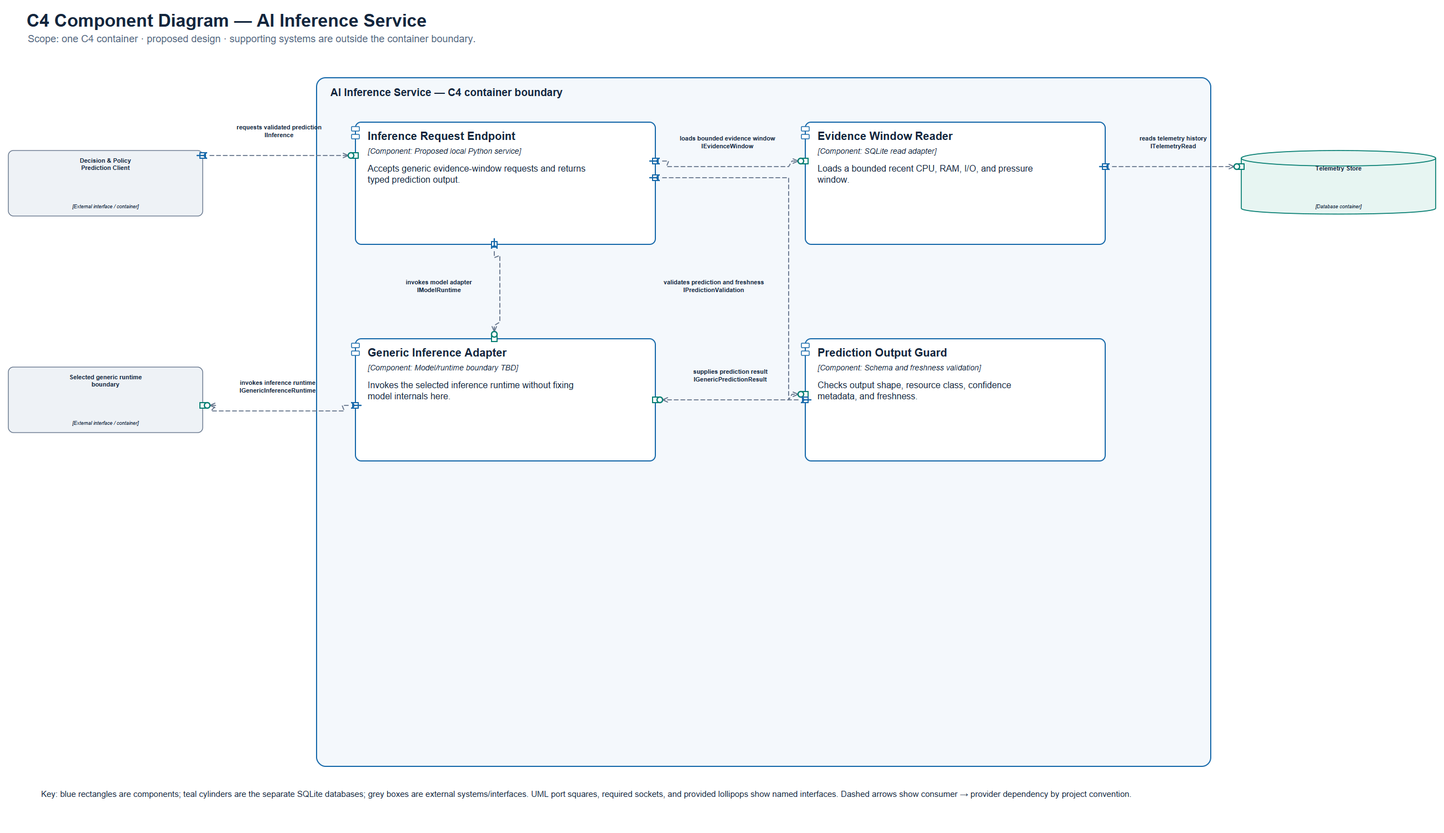
Earlier version of the PlantUML export documentation/architecture/c4/07_c4_inference_service_components.png (Ammar-M-Eid/AIOS). Its source is kept beside it as documentation/architecture/c4/07_c4_inference_service_components.puml.
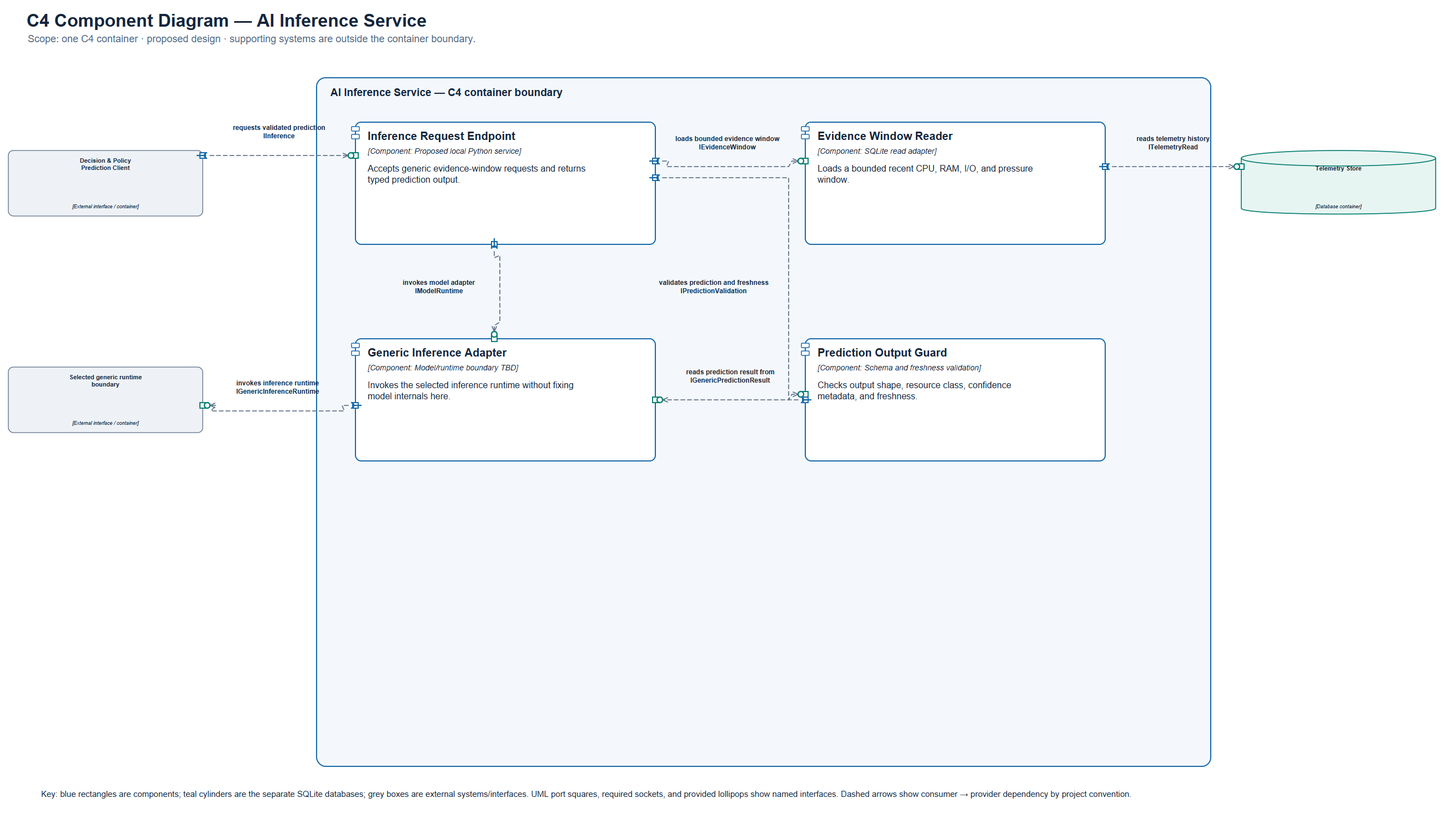
The same diagram one commit later.

Diff of the diagram source:
```diff
@@ -18,7 +18,7 @@
 Rel(C2, S2, "reads telemetry history", "ITelemetryRead", $tags="dashed")
 Rel(C1, C3, "invokes model adapter", "IModelRuntime", $tags="dashed")
 Rel(C1, C4, "validates prediction and freshness", "IPredictionValidation", $tags="dashed")
-Rel(C4, C3, "supplies prediction result", "IGenericPredictionResult", $tags="dashed")
+Rel(C4, C3, "reads prediction result from", "IGenericPredictionResult", $tags="dashed")
 Rel(C3, S3, "invokes inference runtime", "IGenericInferenceRuntime", $tags="dashed")
 note bottom
 This editable source uses C4 element and relationship macros. The synchronized SVG/PDF/PNG/JPG rendering adds the requested UML1 component tabs, square ports, required sockets, and provided lollipops. Dashed dependency arrows are the project convention.
```
